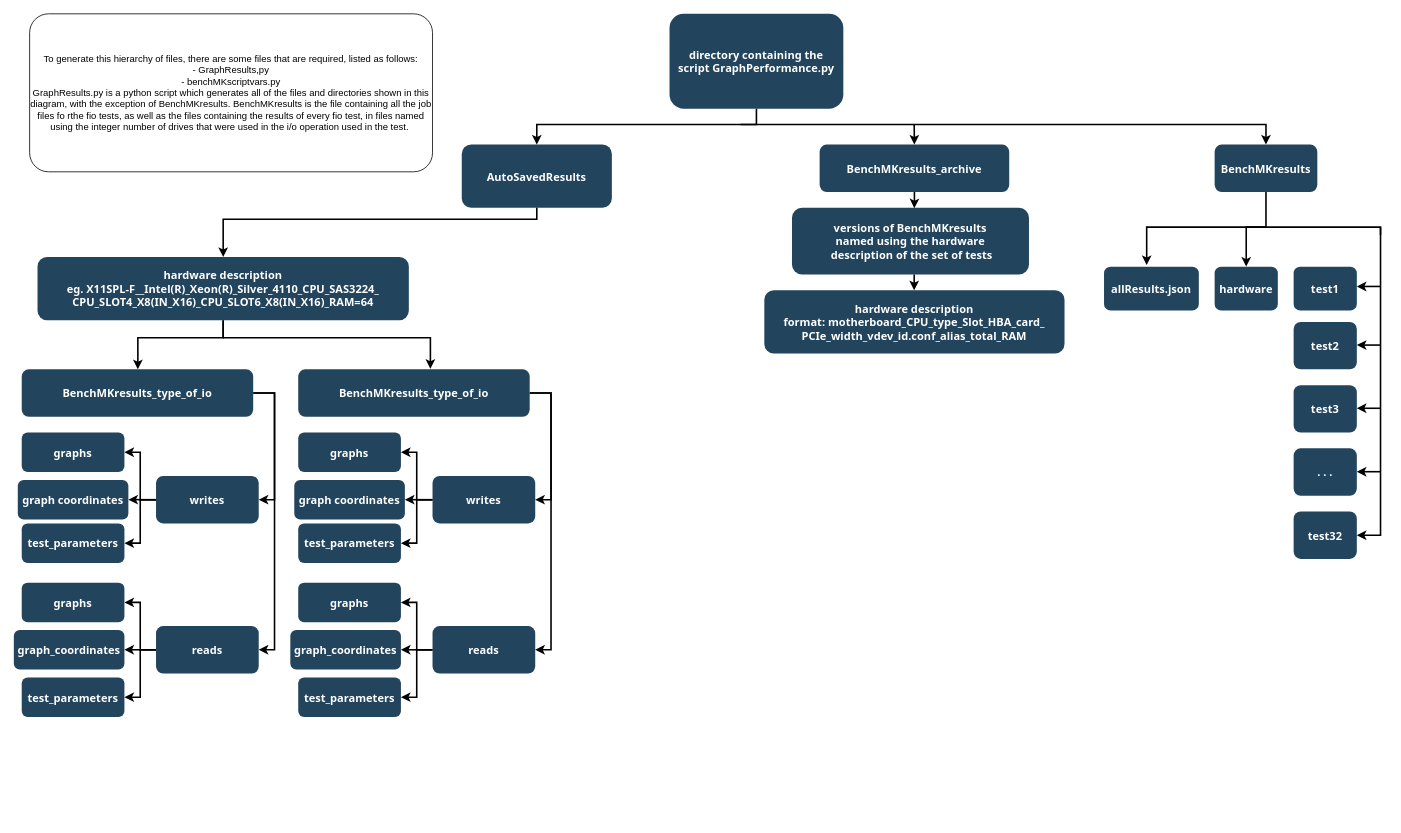
Earlier version of the draw.io diagram Untitled Diagram.drawio (AaronXc/benchMahkin). Source tidied: cells renumbered, new cells numbered last; positions are measured from the earlier drawing's top-left corner, leaving out a move shared by most shapes. Both pictures are drawn from the tidied source at 79%, with x=0, y=0 at pixel (13, 13).
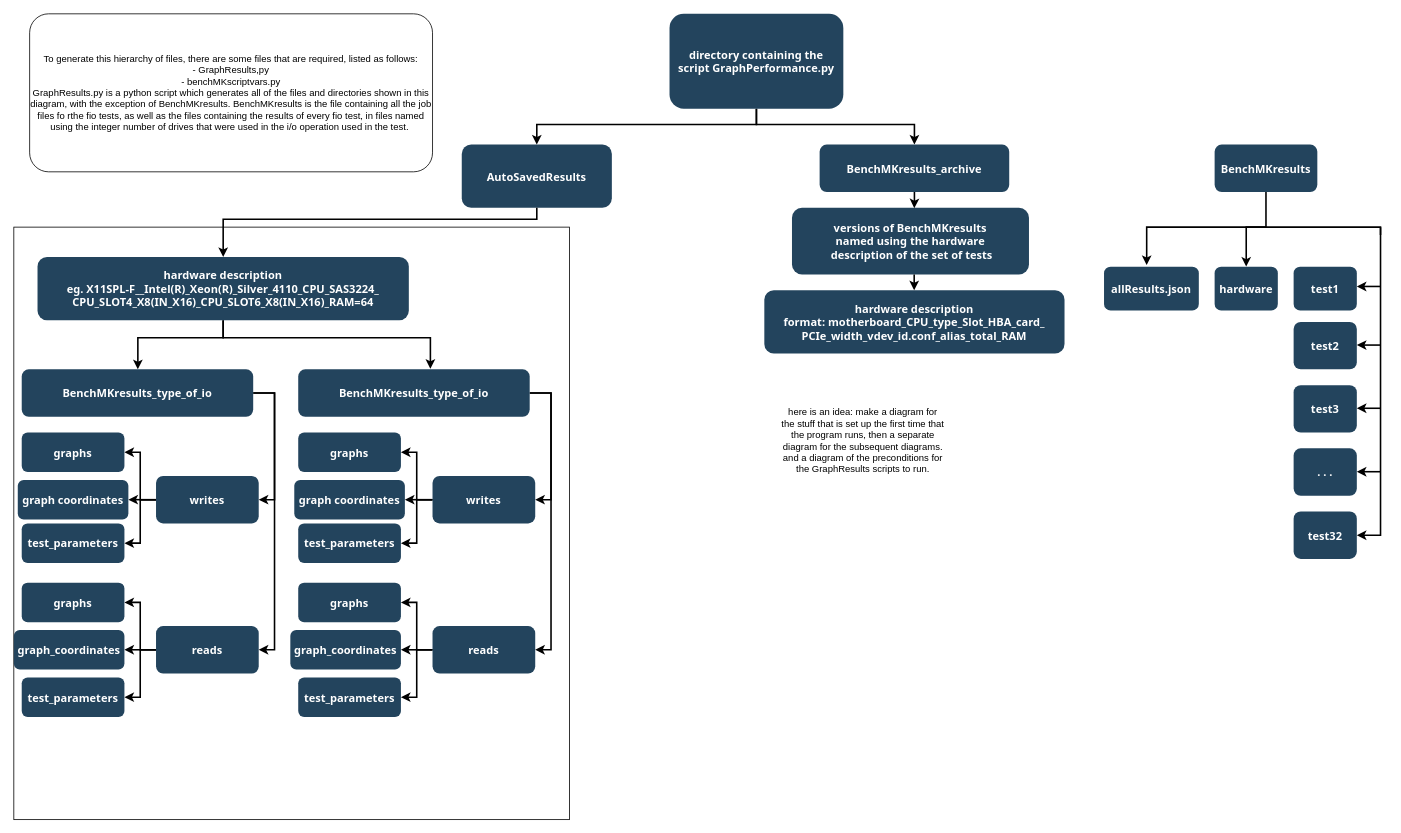
The same page after the edit.

Unchanged cells that the change refers to:
```xml
<mxCell id="7" value="BenchMKresults" style="rounded=1;fillColor=#23445D;gradientColor=none;strokeColor=none;fontColor=#FFFFFF;fontStyle=1;fontFamily=Tahoma;fontSize=14;" parent="1" vertex="1">
  <mxGeometry x="1520" y="165.5" width="130" height="60" as="geometry" />
</mxCell>
<mxCell id="10" value="directory containing the&#10;script GraphPerformance.py" style="rounded=1;fillColor=#23445D;gradientColor=none;strokeColor=none;fontColor=#FFFFFF;fontStyle=1;fontFamily=Tahoma;fontSize=14;" parent="1" vertex="1">
  <mxGeometry x="830" width="220" height="120" as="geometry" />
</mxCell>
<mxCell id="39" value="BenchMKresults_archive" style="rounded=1;fillColor=#23445D;gradientColor=none;strokeColor=none;fontColor=#FFFFFF;fontStyle=1;fontFamily=Tahoma;fontSize=14;" parent="1" vertex="1">
  <mxGeometry x="1020" y="165.5" width="240" height="60" as="geometry" />
</mxCell>
```

Diff of the diagram source:
```diff
@@
+    <mxCell id="66" style="backgroundColour=00aaff;rounded=0;whiteSpace=wrap;html=1;" parent="1" vertex="1">
+      <mxGeometry y="270" width="703.5" height="750" as="geometry" />
+    </mxCell>
@@
+    <mxCell id="67" style="strokeWidth=2;edgeStyle=orthogonalEdgeStyle;rounded=0;jettySize=auto;html=1;exitX=0.5;exitY=1;exitDx=0;exitDy=0;entryX=0.5;entryY=0;entryDx=0;entryDy=0;" parent="1" edge="1" source="10" target="39">
+      <mxGeometry relative="1" as="geometry">
+        <Array as="points">
+          <mxPoint x="940" y="140" />
+          <mxPoint x="1140" y="140" />
+        </Array>
+      </mxGeometry>
+    </mxCell>
@@
-    <mxCell id="25" style="edgeStyle=elbowEdgeStyle;elbow=vertical;strokeWidth=2;rounded=0;entryX=0.5;entryY=0;entryDx=0;entryDy=0;" parent="1" edge="1" target="7">
-      <mxGeometry x="454.3" y="-130" as="geometry">
-        <mxPoint x="920" y="140" as="sourcePoint" />
-        <Array as="points">
-          <mxPoint x="1020" y="140" />
-          <mxPoint x="1040" y="150" />
-        </Array>
-      </mxGeometry>
-    </mxCell>
@@
-    <mxCell id="44" style="strokeWidth=2;html=1;rounded=0;entryX=0.5;entryY=0;entryDx=0;entryDy=0;" parent="1" edge="1" target="39">
-      <mxGeometry relative="1" as="geometry">
-        <mxPoint x="1139.7" y="140" as="sourcePoint" />
-      </mxGeometry>
-    </mxCell>
@@
+    <mxCell id="68" value="here is an idea: make a diagram for the stuff that is set up the first time that the program runs, then a separate diagram for the subsequent diagrams. and a diagram of the preconditions for the GraphResults scripts to run." style="text;html=1;strokeColor=none;fillColor=none;align=center;verticalAlign=middle;whiteSpace=wrap;rounded=0;" parent="1" vertex="1">
+      <mxGeometry x="970" y="440" width="210" height="200" as="geometry" />
+    </mxCell>
```
